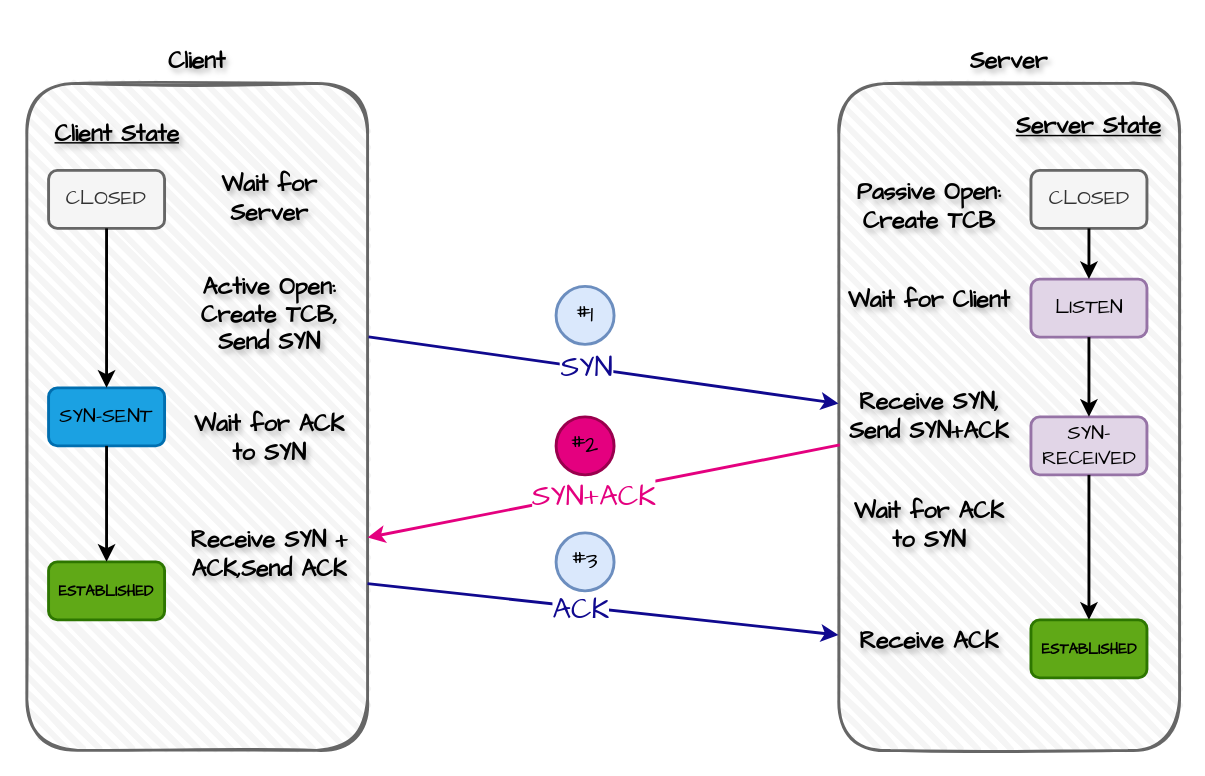
Earlier version of the draw.io diagram page "Page-4" (4 of 7) of TCP.drawio (LuoSue/sscdn). Source tidied: cells renumbered, new cells numbered last; positions are measured from the earlier drawing's top-left corner, leaving out a move shared by most shapes. Both pictures are drawn from the tidied source at 145%, with x=0, y=0 at pixel (26, 25).
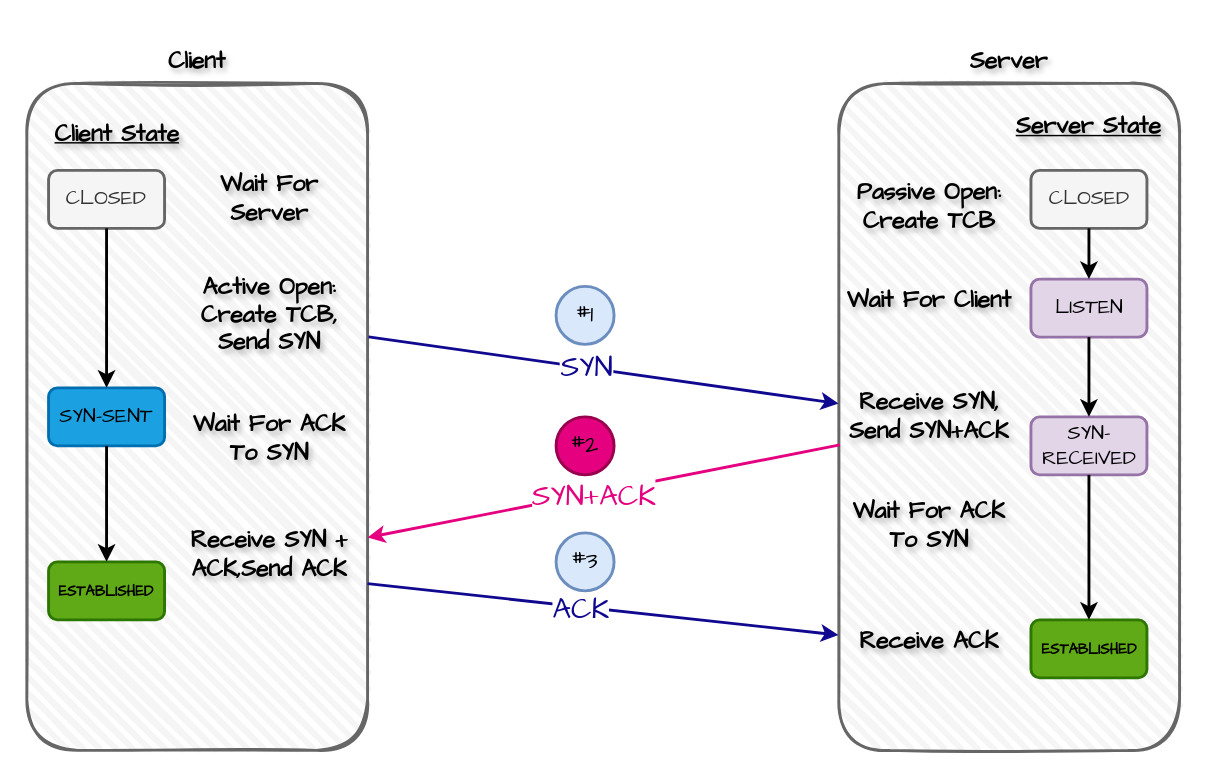
Above is the later version.

Change to the diagram source:
```diff
@@
-    <mxCell id="13" value="&lt;font style=&quot;font-size: 16px;&quot;&gt;&lt;b&gt;Wait for Server&lt;/b&gt;&lt;/font&gt;" style="text;html=1;align=center;verticalAlign=middle;whiteSpace=wrap;rounded=0;fontSize=16;textShadow=1;fontFamily=Comic Sans MS;" parent="1" vertex="1">
+    <mxCell id="13" value="&lt;font style=&quot;font-size: 16px;&quot;&gt;&lt;b&gt;Wait For Server&lt;/b&gt;&lt;/font&gt;" style="text;html=1;align=center;verticalAlign=middle;whiteSpace=wrap;rounded=0;fontSize=16;textShadow=1;fontFamily=Comic Sans MS;" parent="1" vertex="1">
       <mxGeometry x="105" y="95" width="125" height="50" as="geometry" />
     </mxCell>
@@
-    <mxCell id="19" value="&lt;font style=&quot;font-size: 16px;&quot;&gt;&lt;b&gt;Wait for ACK to SYN&lt;/b&gt;&lt;/font&gt;" style="text;html=1;align=center;verticalAlign=middle;whiteSpace=wrap;rounded=0;fontSize=16;textShadow=1;fontFamily=Comic Sans MS;" parent="1" vertex="1">
+    <mxCell id="19" value="&lt;font style=&quot;font-size: 16px;&quot;&gt;&lt;b&gt;Wait For ACK To SYN&lt;/b&gt;&lt;/font&gt;" style="text;html=1;align=center;verticalAlign=middle;whiteSpace=wrap;rounded=0;fontSize=16;textShadow=1;fontFamily=Comic Sans MS;" parent="1" vertex="1">
       <mxGeometry x="105" y="260" width="125" height="50" as="geometry" />
     </mxCell>
@@
-    <mxCell id="34" value="&lt;b&gt;Wait for Client&lt;/b&gt;" style="text;html=1;align=center;verticalAlign=middle;whiteSpace=wrap;rounded=0;fontSize=16;textShadow=1;fontFamily=Comic Sans MS;" parent="1" vertex="1">
+    <mxCell id="34" value="&lt;b&gt;Wait For Client&lt;/b&gt;" style="text;html=1;align=center;verticalAlign=middle;whiteSpace=wrap;rounded=0;fontSize=16;textShadow=1;fontFamily=Comic Sans MS;" parent="1" vertex="1">
       <mxGeometry x="560" y="165" width="125" height="50" as="geometry" />
     </mxCell>
@@
-    <mxCell id="36" value="&lt;b&gt;Wait for ACK to SYN&lt;/b&gt;" style="text;html=1;align=center;verticalAlign=middle;whiteSpace=wrap;rounded=0;fontSize=16;textShadow=1;fontFamily=Comic Sans MS;" parent="1" vertex="1">
+    <mxCell id="36" value="&lt;b&gt;Wait For ACK To SYN&lt;/b&gt;" style="text;html=1;align=center;verticalAlign=middle;whiteSpace=wrap;rounded=0;fontSize=16;textShadow=1;fontFamily=Comic Sans MS;" parent="1" vertex="1">
       <mxGeometry x="560" y="320" width="125" height="50" as="geometry" />
     </mxCell>
```
